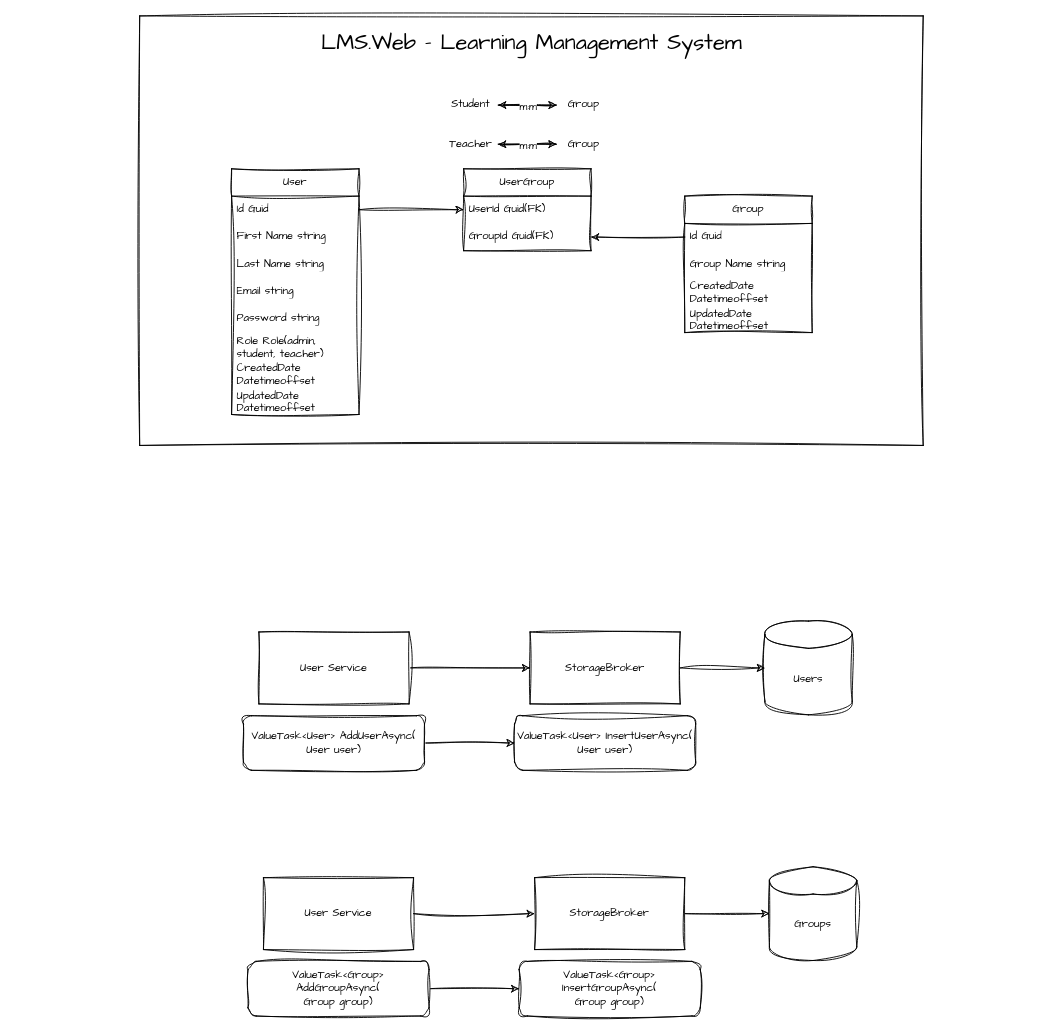
This is Mohirdev.drawio from ZafarUrakov/MohirdevArhictecture, a draw.io file, before an edit. Source tidied: cells renumbered, new cells numbered last; positions are measured from the earlier drawing's top-left corner, leaving out a move shared by most shapes. Both pictures are drawn from the tidied source at 91%, with x=0, y=0 at pixel (15, 15).
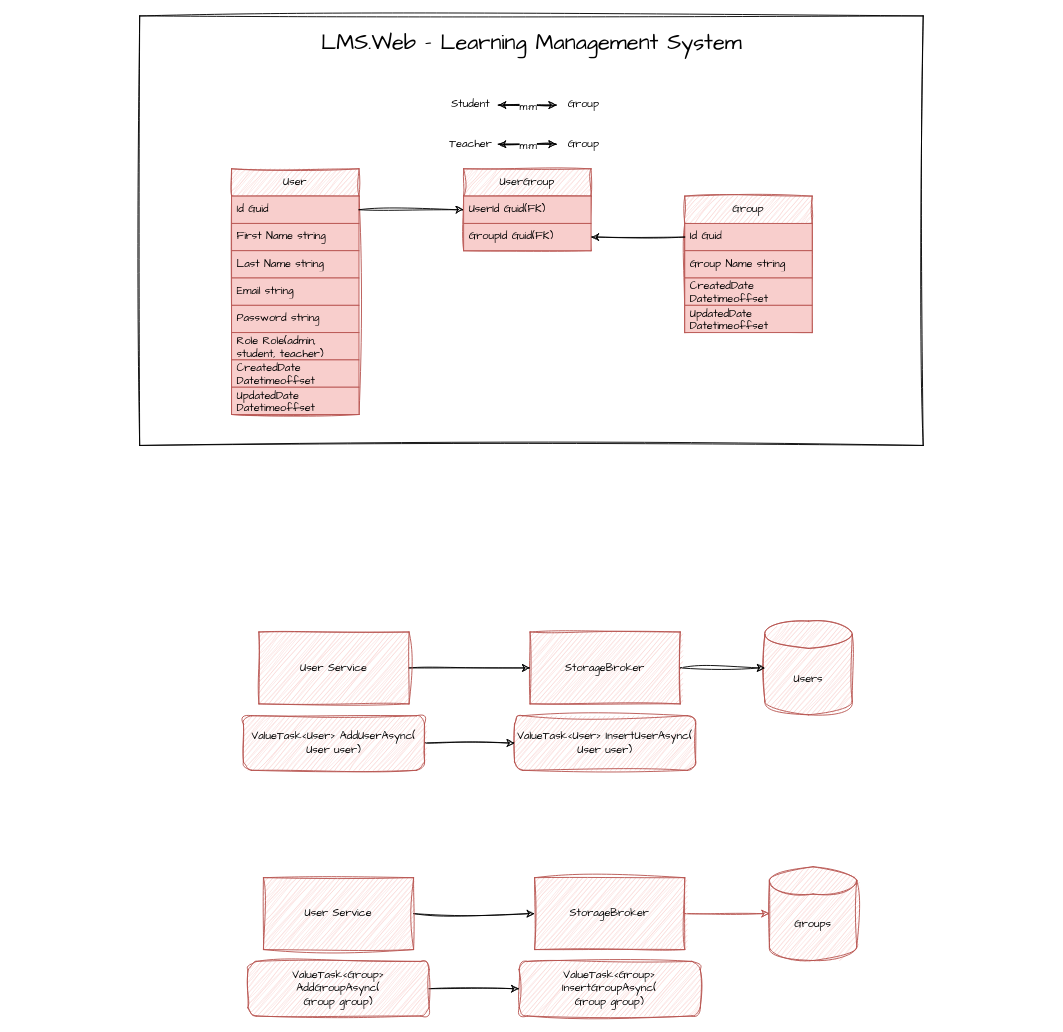
The same diagram, later.

Commit message:
CODE RUB: Change Architecture Status.drawio

Diff of the diagram source:
```diff
@@
-    <mxCell id="3" value="User" style="swimlane;fontStyle=0;horizontal=1;startSize=30;whiteSpace=wrap;html=1;sketch=1;hachureGap=4;jiggle=2;curveFitting=1;fontFamily=Architects Daughter;" parent="1" vertex="1">
+    <mxCell id="3" value="User" style="swimlane;fontStyle=0;horizontal=1;startSize=30;whiteSpace=wrap;html=1;sketch=1;hachureGap=4;jiggle=2;curveFitting=1;fontFamily=Architects Daughter;fillColor=#f8cecc;strokeColor=#b85450;" parent="1" vertex="1">
       <mxGeometry x="237" y="168" width="140" height="270" as="geometry" />
     </mxCell>
-    <mxCell id="4" value="Id Guid" style="text;strokeColor=none;fillColor=none;align=left;verticalAlign=middle;spacingLeft=4;spacingRight=4;overflow=hidden;points=[[0,0.5],[1,0.5]];portConstraint=eastwest;whiteSpace=wrap;html=1;fontFamily=Architects Daughter;" parent="3" vertex="1">
+    <mxCell id="4" value="Id Guid" style="text;strokeColor=#b85450;fillColor=#f8cecc;align=left;verticalAlign=middle;spacingLeft=4;spacingRight=4;overflow=hidden;points=[[0,0.5],[1,0.5]];portConstraint=eastwest;whiteSpace=wrap;html=1;fontFamily=Architects Daughter;" parent="3" vertex="1">
       <mxGeometry y="30" width="140" height="30" as="geometry" />
     </mxCell>
-    <mxCell id="5" value="First Name string" style="text;strokeColor=none;fillColor=none;align=left;verticalAlign=middle;spacingLeft=4;spacingRight=4;overflow=hidden;whiteSpace=wrap;html=1;fontFamily=Architects Daughter;" parent="3" vertex="1">
+    <mxCell id="5" value="First Name string" style="text;strokeColor=#b85450;fillColor=#f8cecc;align=left;verticalAlign=middle;spacingLeft=4;spacingRight=4;overflow=hidden;whiteSpace=wrap;html=1;fontFamily=Architects Daughter;" parent="3" vertex="1">
       <mxGeometry y="60" width="140" height="30" as="geometry" />
     </mxCell>
-    <mxCell id="6" value="Last Name string" style="text;strokeColor=none;fillColor=none;align=left;verticalAlign=middle;spacingLeft=4;spacingRight=4;overflow=hidden;whiteSpace=wrap;html=1;fontFamily=Architects Daughter;" parent="3" vertex="1">
+    <mxCell id="6" value="Last Name string" style="text;strokeColor=#b85450;fillColor=#f8cecc;align=left;verticalAlign=middle;spacingLeft=4;spacingRight=4;overflow=hidden;whiteSpace=wrap;html=1;fontFamily=Architects Daughter;" parent="3" vertex="1">
       <mxGeometry y="90" width="140" height="30" as="geometry" />
     </mxCell>
-    <mxCell id="7" value="Email string" style="text;strokeColor=none;fillColor=none;align=left;verticalAlign=middle;spacingLeft=4;spacingRight=4;overflow=hidden;whiteSpace=wrap;html=1;fontFamily=Architects Daughter;" parent="3" vertex="1">
+    <mxCell id="7" value="Email string" style="text;strokeColor=#b85450;fillColor=#f8cecc;align=left;verticalAlign=middle;spacingLeft=4;spacingRight=4;overflow=hidden;whiteSpace=wrap;html=1;fontFamily=Architects Daughter;" parent="3" vertex="1">
       <mxGeometry y="120" width="140" height="30" as="geometry" />
     </mxCell>
-    <mxCell id="8" value="Password string" style="text;strokeColor=none;fillColor=none;align=left;verticalAlign=middle;spacingLeft=4;spacingRight=4;overflow=hidden;whiteSpace=wrap;html=1;fontFamily=Architects Daughter;" parent="3" vertex="1">
+    <mxCell id="8" value="Password string" style="text;strokeColor=#b85450;fillColor=#f8cecc;align=left;verticalAlign=middle;spacingLeft=4;spacingRight=4;overflow=hidden;whiteSpace=wrap;html=1;fontFamily=Architects Daughter;" parent="3" vertex="1">
       <mxGeometry y="150" width="140" height="30" as="geometry" />
     </mxCell>
-    <mxCell id="9" value="Role Role(admin, student, teacher)" style="text;strokeColor=none;fillColor=none;align=left;verticalAlign=middle;spacingLeft=4;spacingRight=4;overflow=hidden;whiteSpace=wrap;html=1;fontFamily=Architects Daughter;" parent="3" vertex="1">
+    <mxCell id="9" value="Role Role(admin, student, teacher)" style="text;strokeColor=#b85450;fillColor=#f8cecc;align=left;verticalAlign=middle;spacingLeft=4;spacingRight=4;overflow=hidden;whiteSpace=wrap;html=1;fontFamily=Architects Daughter;" parent="3" vertex="1">
       <mxGeometry y="180" width="140" height="30" as="geometry" />
     </mxCell>
-    <mxCell id="10" value="CreatedDate Datetimeoffset" style="text;strokeColor=none;fillColor=none;align=left;verticalAlign=middle;spacingLeft=4;spacingRight=4;overflow=hidden;whiteSpace=wrap;html=1;fontFamily=Architects Daughter;" parent="3" vertex="1">
+    <mxCell id="10" value="CreatedDate Datetimeoffset" style="text;strokeColor=#b85450;fillColor=#f8cecc;align=left;verticalAlign=middle;spacingLeft=4;spacingRight=4;overflow=hidden;whiteSpace=wrap;html=1;fontFamily=Architects Daughter;" parent="3" vertex="1">
       <mxGeometry y="210" width="140" height="30" as="geometry" />
     </mxCell>
-    <mxCell id="11" value="UpdatedDate Datetimeoffset" style="text;strokeColor=none;fillColor=none;align=left;verticalAlign=middle;spacingLeft=4;spacingRight=4;overflow=hidden;whiteSpace=wrap;html=1;fontFamily=Architects Daughter;" parent="3" vertex="1">
+    <mxCell id="11" value="UpdatedDate Datetimeoffset" style="text;strokeColor=#b85450;fillColor=#f8cecc;align=left;verticalAlign=middle;spacingLeft=4;spacingRight=4;overflow=hidden;whiteSpace=wrap;html=1;fontFamily=Architects Daughter;" parent="3" vertex="1">
       <mxGeometry y="240" width="140" height="30" as="geometry" />
     </mxCell>
-    <mxCell id="12" value="Group" style="swimlane;fontStyle=0;horizontal=1;startSize=30;whiteSpace=wrap;html=1;sketch=1;hachureGap=4;jiggle=2;curveFitting=1;fontFamily=Architects Daughter;" parent="1" vertex="1">
+    <mxCell id="12" value="Group" style="swimlane;fontStyle=0;horizontal=1;startSize=30;whiteSpace=wrap;html=1;sketch=1;hachureGap=4;jiggle=2;curveFitting=1;fontFamily=Architects Daughter;fillColor=#f8cecc;strokeColor=#b85450;" parent="1" vertex="1">
       <mxGeometry x="735" y="198" width="140" height="150" as="geometry" />
     </mxCell>
-    <mxCell id="13" value="Id Guid" style="text;strokeColor=none;fillColor=none;align=left;verticalAlign=middle;spacingLeft=4;spacingRight=4;overflow=hidden;points=[[0,0.5],[1,0.5]];portConstraint=eastwest;whiteSpace=wrap;html=1;fontFamily=Architects Daughter;" parent="12" vertex="1">
+    <mxCell id="13" value="Id Guid" style="text;strokeColor=#b85450;fillColor=#f8cecc;align=left;verticalAlign=middle;spacingLeft=4;spacingRight=4;overflow=hidden;points=[[0,0.5],[1,0.5]];portConstraint=eastwest;whiteSpace=wrap;html=1;fontFamily=Architects Daughter;" parent="12" vertex="1">
       <mxGeometry y="30" width="140" height="30" as="geometry" />
     </mxCell>
-    <mxCell id="14" value="Group Name string" style="text;strokeColor=none;fillColor=none;align=left;verticalAlign=middle;spacingLeft=4;spacingRight=4;overflow=hidden;whiteSpace=wrap;html=1;fontFamily=Architects Daughter;" parent="12" vertex="1">
+    <mxCell id="14" value="Group Name string" style="text;strokeColor=#b85450;fillColor=#f8cecc;align=left;verticalAlign=middle;spacingLeft=4;spacingRight=4;overflow=hidden;whiteSpace=wrap;html=1;fontFamily=Architects Daughter;" parent="12" vertex="1">
       <mxGeometry y="60" width="140" height="30" as="geometry" />
     </mxCell>
-    <mxCell id="15" value="CreatedDate Datetimeoffset" style="text;strokeColor=none;fillColor=none;align=left;verticalAlign=middle;spacingLeft=4;spacingRight=4;overflow=hidden;whiteSpace=wrap;html=1;fontFamily=Architects Daughter;" parent="12" vertex="1">
+    <mxCell id="15" value="CreatedDate Datetimeoffset" style="text;strokeColor=#b85450;fillColor=#f8cecc;align=left;verticalAlign=middle;spacingLeft=4;spacingRight=4;overflow=hidden;whiteSpace=wrap;html=1;fontFamily=Architects Daughter;" parent="12" vertex="1">
       <mxGeometry y="90" width="140" height="30" as="geometry" />
     </mxCell>
-    <mxCell id="16" value="UpdatedDate Datetimeoffset" style="text;strokeColor=none;fillColor=none;align=left;verticalAlign=middle;spacingLeft=4;spacingRight=4;overflow=hidden;whiteSpace=wrap;html=1;fontFamily=Architects Daughter;" parent="12" vertex="1">
+    <mxCell id="16" value="UpdatedDate Datetimeoffset" style="text;strokeColor=#b85450;fillColor=#f8cecc;align=left;verticalAlign=middle;spacingLeft=4;spacingRight=4;overflow=hidden;whiteSpace=wrap;html=1;fontFamily=Architects Daughter;" parent="12" vertex="1">
       <mxGeometry y="120" width="140" height="30" as="geometry" />
     </mxCell>
@@
-    <mxCell id="27" value="UserGroup" style="swimlane;fontStyle=0;horizontal=1;startSize=30;whiteSpace=wrap;html=1;sketch=1;hachureGap=4;jiggle=2;curveFitting=1;fontFamily=Architects Daughter;" parent="1" vertex="1">
+    <mxCell id="27" value="UserGroup" style="swimlane;fontStyle=0;horizontal=1;startSize=30;whiteSpace=wrap;html=1;sketch=1;hachureGap=4;jiggle=2;curveFitting=1;fontFamily=Architects Daughter;fillColor=#f8cecc;strokeColor=#b85450;" parent="1" vertex="1">
       <mxGeometry x="492" y="168" width="140" height="90" as="geometry" />
     </mxCell>
-    <mxCell id="28" value="UserId Guid(FK)" style="text;strokeColor=none;fillColor=none;align=left;verticalAlign=middle;spacingLeft=4;spacingRight=4;overflow=hidden;points=[[0,0.5],[1,0.5]];portConstraint=eastwest;whiteSpace=wrap;html=1;fontFamily=Architects Daughter;" parent="27" vertex="1">
+    <mxCell id="28" value="UserId Guid(FK)" style="text;strokeColor=#b85450;fillColor=#f8cecc;align=left;verticalAlign=middle;spacingLeft=4;spacingRight=4;overflow=hidden;points=[[0,0.5],[1,0.5]];portConstraint=eastwest;whiteSpace=wrap;html=1;fontFamily=Architects Daughter;" parent="27" vertex="1">
       <mxGeometry y="30" width="140" height="30" as="geometry" />
     </mxCell>
-    <mxCell id="29" value="GroupId Guid(FK)" style="text;strokeColor=none;fillColor=none;align=left;verticalAlign=middle;spacingLeft=4;spacingRight=4;overflow=hidden;points=[[0,0.5],[1,0.5]];portConstraint=eastwest;whiteSpace=wrap;html=1;fontFamily=Architects Daughter;" parent="27" vertex="1">
+    <mxCell id="29" value="GroupId Guid(FK)" style="text;strokeColor=#b85450;fillColor=#f8cecc;align=left;verticalAlign=middle;spacingLeft=4;spacingRight=4;overflow=hidden;points=[[0,0.5],[1,0.5]];portConstraint=eastwest;whiteSpace=wrap;html=1;fontFamily=Architects Daughter;" parent="27" vertex="1">
       <mxGeometry y="60" width="140" height="30" as="geometry" />
     </mxCell>
@@
-    <mxCell id="33" value="Users" style="shape=cylinder3;whiteSpace=wrap;html=1;boundedLbl=1;backgroundOutline=1;size=15;sketch=1;hachureGap=4;jiggle=2;curveFitting=1;fontFamily=Architects Daughter;" parent="1" vertex="1">
+    <mxCell id="33" value="Users" style="shape=cylinder3;whiteSpace=wrap;html=1;boundedLbl=1;backgroundOutline=1;size=15;sketch=1;hachureGap=4;jiggle=2;curveFitting=1;fontFamily=Architects Daughter;fillColor=#f8cecc;strokeColor=#b85450;" parent="1" vertex="1">
       <mxGeometry x="823" y="665" width="96" height="103" as="geometry" />
     </mxCell>
@@
-    <mxCell id="35" value="StorageBroker" style="rounded=0;whiteSpace=wrap;html=1;sketch=1;hachureGap=4;jiggle=2;curveFitting=1;fontFamily=Architects Daughter;" parent="1" vertex="1">
+    <mxCell id="35" value="StorageBroker" style="rounded=0;whiteSpace=wrap;html=1;sketch=1;hachureGap=4;jiggle=2;curveFitting=1;fontFamily=Architects Daughter;fillColor=#f8cecc;strokeColor=#b85450;" parent="1" vertex="1">
       <mxGeometry x="565" y="677" width="165" height="79" as="geometry" />
     </mxCell>
-    <mxCell id="36" value="ValueTask&amp;lt;User&amp;gt; InsertUserAsync(&lt;div&gt;User user)&lt;/div&gt;" style="rounded=1;whiteSpace=wrap;html=1;sketch=1;hachureGap=4;jiggle=2;curveFitting=1;fontFamily=Architects Daughter;" parent="1" vertex="1">
+    <mxCell id="36" value="ValueTask&amp;lt;User&amp;gt; InsertUserAsync(&lt;div&gt;User user)&lt;/div&gt;" style="rounded=1;whiteSpace=wrap;html=1;sketch=1;hachureGap=4;jiggle=2;curveFitting=1;fontFamily=Architects Daughter;fillColor=#f8cecc;strokeColor=#b85450;" parent="1" vertex="1">
       <mxGeometry x="548" y="769" width="199" height="60" as="geometry" />
     </mxCell>
@@
-    <mxCell id="38" value="User Service" style="rounded=0;whiteSpace=wrap;html=1;sketch=1;hachureGap=4;jiggle=2;curveFitting=1;fontFamily=Architects Daughter;" parent="1" vertex="1">
+    <mxCell id="38" value="User Service" style="rounded=0;whiteSpace=wrap;html=1;sketch=1;hachureGap=4;jiggle=2;curveFitting=1;fontFamily=Architects Daughter;fillColor=#f8cecc;strokeColor=#b85450;" parent="1" vertex="1">
       <mxGeometry x="267" y="677" width="165" height="79" as="geometry" />
     </mxCell>
@@
-    <mxCell id="40" value="ValueTask&amp;lt;User&amp;gt; AddUserAsync(&lt;div&gt;User user)&lt;/div&gt;" style="rounded=1;whiteSpace=wrap;html=1;sketch=1;hachureGap=4;jiggle=2;curveFitting=1;fontFamily=Architects Daughter;" parent="1" vertex="1">
+    <mxCell id="40" value="ValueTask&amp;lt;User&amp;gt; AddUserAsync(&lt;div&gt;User user)&lt;/div&gt;" style="rounded=1;whiteSpace=wrap;html=1;sketch=1;hachureGap=4;jiggle=2;curveFitting=1;fontFamily=Architects Daughter;fillColor=#f8cecc;strokeColor=#b85450;" parent="1" vertex="1">
       <mxGeometry x="250" y="769" width="199" height="60" as="geometry" />
     </mxCell>
-    <mxCell id="41" value="Groups" style="shape=cylinder3;whiteSpace=wrap;html=1;boundedLbl=1;backgroundOutline=1;size=15;sketch=1;hachureGap=4;jiggle=2;curveFitting=1;fontFamily=Architects Daughter;" parent="1" vertex="1">
+    <mxCell id="41" value="Groups" style="shape=cylinder3;whiteSpace=wrap;html=1;boundedLbl=1;backgroundOutline=1;size=15;sketch=1;hachureGap=4;jiggle=2;curveFitting=1;fontFamily=Architects Daughter;fillColor=#f8cecc;strokeColor=#b85450;" parent="1" vertex="1">
       <mxGeometry x="828" y="935" width="96" height="103" as="geometry" />
     </mxCell>
-    <mxCell id="42" style="edgeStyle=orthogonalEdgeStyle;rounded=0;sketch=1;hachureGap=4;jiggle=2;curveFitting=1;jettySize=auto;html=1;fontFamily=Architects Daughter;" parent="1" edge="1" source="43" target="41">
+    <mxCell id="42" style="edgeStyle=orthogonalEdgeStyle;rounded=0;sketch=1;hachureGap=4;jiggle=2;curveFitting=1;jettySize=auto;html=1;fontFamily=Architects Daughter;fillColor=#f8cecc;strokeColor=#b85450;" parent="1" edge="1" source="43" target="41">
       <mxGeometry relative="1" as="geometry" />
     </mxCell>
-    <mxCell id="43" value="StorageBroker" style="rounded=0;whiteSpace=wrap;html=1;sketch=1;hachureGap=4;jiggle=2;curveFitting=1;fontFamily=Architects Daughter;" parent="1" vertex="1">
+    <mxCell id="43" value="StorageBroker" style="rounded=0;whiteSpace=wrap;html=1;sketch=1;hachureGap=4;jiggle=2;curveFitting=1;fontFamily=Architects Daughter;fillColor=#f8cecc;strokeColor=#b85450;" parent="1" vertex="1">
       <mxGeometry x="570" y="947" width="165" height="79" as="geometry" />
     </mxCell>
-    <mxCell id="44" value="ValueTask&amp;lt;Group&amp;gt; InsertGroupAsync(&lt;br&gt;&lt;div&gt;&lt;span style=&quot;background-color: initial;&quot;&gt;Group g&lt;/span&gt;roup)&lt;/div&gt;" style="rounded=1;whiteSpace=wrap;html=1;sketch=1;hachureGap=4;jiggle=2;curveFitting=1;fontFamily=Architects Daughter;" parent="1" vertex="1">
+    <mxCell id="44" value="ValueTask&amp;lt;Group&amp;gt; InsertGroupAsync(&lt;br&gt;&lt;div&gt;&lt;span style=&quot;background-color: initial;&quot;&gt;Group g&lt;/span&gt;roup)&lt;/div&gt;" style="rounded=1;whiteSpace=wrap;html=1;sketch=1;hachureGap=4;jiggle=2;curveFitting=1;fontFamily=Architects Daughter;fillColor=#f8cecc;strokeColor=#b85450;" parent="1" vertex="1">
       <mxGeometry x="553" y="1039" width="199" height="60" as="geometry" />
     </mxCell>
@@
-    <mxCell id="46" value="User Service" style="rounded=0;whiteSpace=wrap;html=1;sketch=1;hachureGap=4;jiggle=2;curveFitting=1;fontFamily=Architects Daughter;" parent="1" vertex="1">
+    <mxCell id="46" value="User Service" style="rounded=0;whiteSpace=wrap;html=1;sketch=1;hachureGap=4;jiggle=2;curveFitting=1;fontFamily=Architects Daughter;fillColor=#f8cecc;strokeColor=#b85450;" parent="1" vertex="1">
       <mxGeometry x="272" y="947" width="165" height="79" as="geometry" />
     </mxCell>
@@
-    <mxCell id="48" value="ValueTask&amp;lt;Group&amp;gt; AddGroupAsync(&lt;br&gt;&lt;div&gt;&lt;span style=&quot;background-color: initial;&quot;&gt;Group g&lt;/span&gt;roup)&lt;/div&gt;" style="rounded=1;whiteSpace=wrap;html=1;sketch=1;hachureGap=4;jiggle=2;curveFitting=1;fontFamily=Architects Daughter;" parent="1" vertex="1">
+    <mxCell id="48" value="ValueTask&amp;lt;Group&amp;gt; AddGroupAsync(&lt;br&gt;&lt;div&gt;&lt;span style=&quot;background-color: initial;&quot;&gt;Group g&lt;/span&gt;roup)&lt;/div&gt;" style="rounded=1;whiteSpace=wrap;html=1;sketch=1;hachureGap=4;jiggle=2;curveFitting=1;fontFamily=Architects Daughter;fillColor=#f8cecc;strokeColor=#b85450;" parent="1" vertex="1">
       <mxGeometry x="255" y="1039" width="199" height="60" as="geometry" />
     </mxCell>
```
